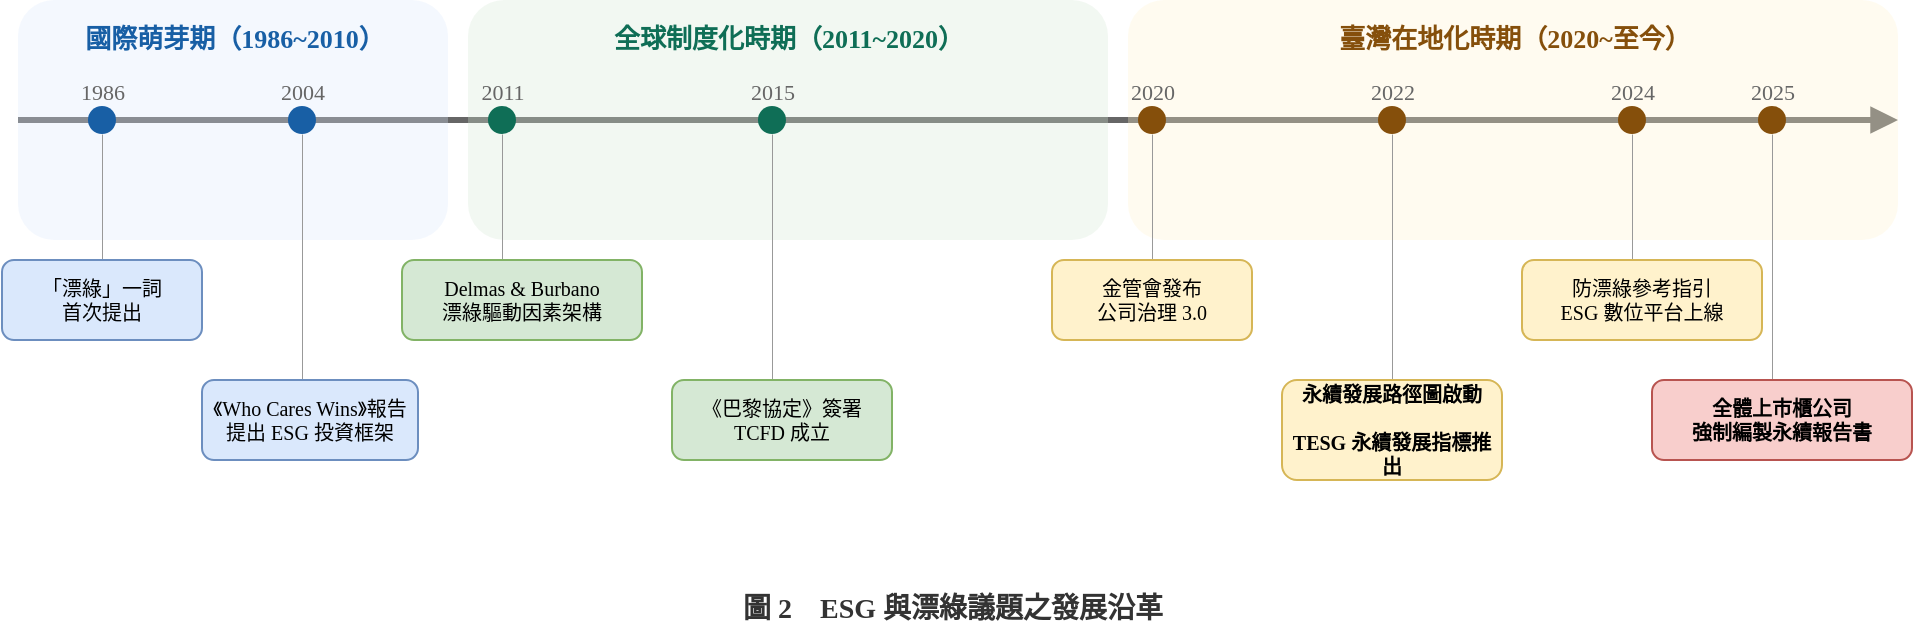
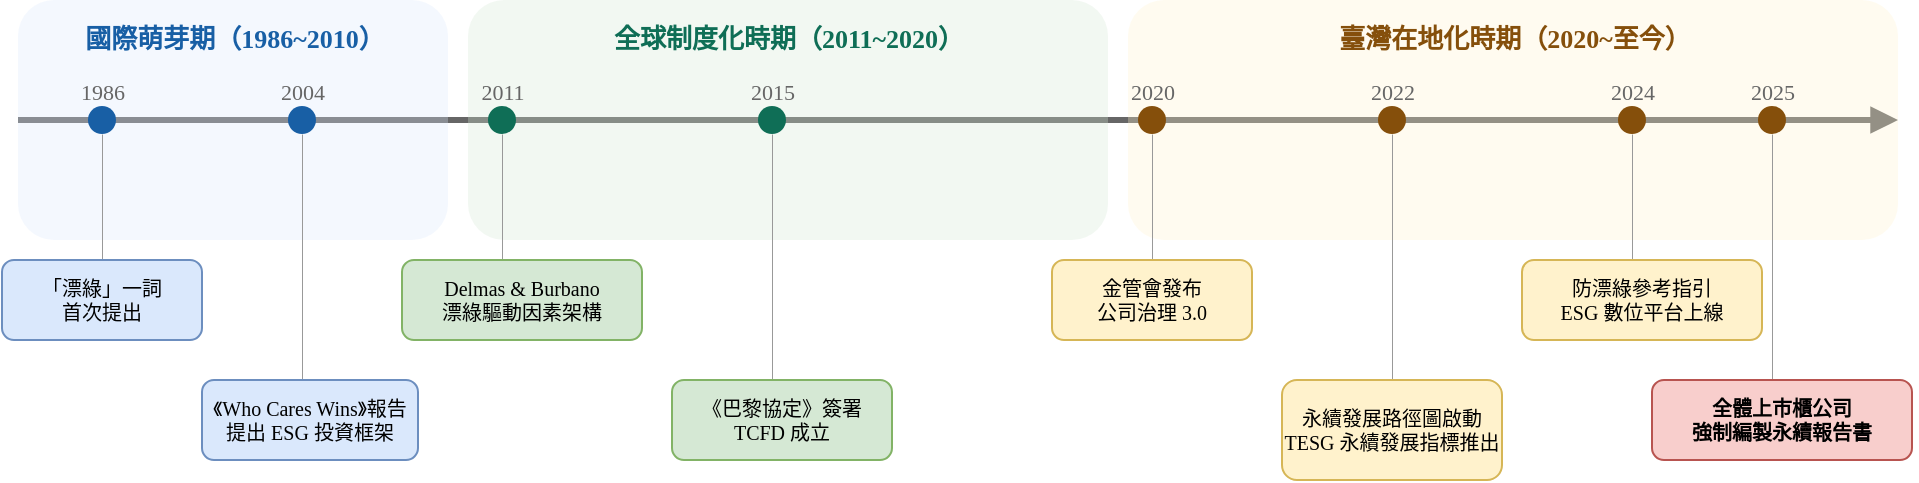
<mxfile host="app.diagrams.net">
  <diagram name="ESG與漂綠發展沿革時間軸" id="timeline">
    <mxGraphModel dx="1558" dy="642" grid="1" gridSize="10" guides="1" tooltips="1" connect="1" arrows="1" fold="1" page="1" pageScale="1" pageWidth="1169" pageHeight="827" math="0" shadow="0">
      <root>
        <mxCell id="0" />
        <mxCell id="1" parent="0" />
        <mxCell id="axis" edge="1" parent="1" style="endArrow=block;html=1;strokeColor=#666666;strokeWidth=3;endFill=1;" value="">
          <mxGeometry relative="1" as="geometry">
            <mxPoint x="60" y="120" as="sourcePoint" />
            <mxPoint x="1000" y="120" as="targetPoint" />
          </mxGeometry>
        </mxCell>
        <mxCell id="p1bg" parent="1" style="rounded=1;whiteSpace=wrap;html=1;fillColor=#dae8fc;strokeColor=none;opacity=30;" value="" vertex="1">
          <mxGeometry height="120" width="215" x="60" y="60" as="geometry" />
        </mxCell>
        <mxCell id="p1label" parent="1" style="text;html=1;fontSize=13;fontStyle=1;align=center;fontFamily=Microsoft JhengHei;fontColor=#185FA5;" value="國際萌芽期（1986~2010）" vertex="1">
          <mxGeometry height="25" width="200" x="68" y="65" as="geometry" />
        </mxCell>
        <mxCell id="p2bg" parent="1" style="rounded=1;whiteSpace=wrap;html=1;fillColor=#d5e8d4;strokeColor=none;opacity=30;" value="" vertex="1">
          <mxGeometry height="120" width="320" x="285" y="60" as="geometry" />
        </mxCell>
        <mxCell id="p2label" parent="1" style="text;html=1;fontSize=13;fontStyle=1;align=center;fontFamily=Microsoft JhengHei;fontColor=#0F6E56;" value="全球制度化時期（2011~2020）" vertex="1">
          <mxGeometry height="25" width="260" x="315" y="65" as="geometry" />
        </mxCell>
        <mxCell id="p3bg" parent="1" style="rounded=1;whiteSpace=wrap;html=1;fillColor=#fff2cc;strokeColor=none;opacity=30;" value="" vertex="1">
          <mxGeometry height="120" width="385" x="615" y="60" as="geometry" />
        </mxCell>
        <mxCell id="p3label" parent="1" style="text;html=1;fontSize=13;fontStyle=1;align=center;fontFamily=Microsoft JhengHei;fontColor=#854F0B;" value="臺灣在地化時期（2020~至今）" vertex="1">
          <mxGeometry height="25" width="260" x="678" y="65" as="geometry" />
        </mxCell>
        <mxCell id="y1986" parent="1" style="ellipse;whiteSpace=wrap;html=1;fillColor=#185FA5;strokeColor=none;" value="" vertex="1">
          <mxGeometry height="14" width="14" x="95" y="113" as="geometry" />
        </mxCell>
        <mxCell id="y1986t" parent="1" style="text;html=1;fontSize=11;align=center;fontFamily=Microsoft JhengHei;fontColor=#666666;" value="1986" vertex="1">
          <mxGeometry height="20" width="50" x="77" y="93" as="geometry" />
        </mxCell>
        <mxCell id="y2004" parent="1" style="ellipse;whiteSpace=wrap;html=1;fillColor=#185FA5;strokeColor=none;" value="" vertex="1">
          <mxGeometry height="14" width="14" x="195" y="113" as="geometry" />
        </mxCell>
        <mxCell id="y2004t" parent="1" style="text;html=1;fontSize=11;align=center;fontFamily=Microsoft JhengHei;fontColor=#666666;" value="2004" vertex="1">
          <mxGeometry height="20" width="50" x="177" y="93" as="geometry" />
        </mxCell>
        <mxCell id="y2011" parent="1" style="ellipse;whiteSpace=wrap;html=1;fillColor=#0F6E56;strokeColor=none;" value="" vertex="1">
          <mxGeometry height="14" width="14" x="295" y="113" as="geometry" />
        </mxCell>
        <mxCell id="y2011t" parent="1" style="text;html=1;fontSize=11;align=center;fontFamily=Microsoft JhengHei;fontColor=#666666;" value="2011" vertex="1">
          <mxGeometry height="20" width="50" x="277" y="93" as="geometry" />
        </mxCell>
        <mxCell id="y2015" parent="1" style="ellipse;whiteSpace=wrap;html=1;fillColor=#0F6E56;strokeColor=none;" value="" vertex="1">
          <mxGeometry height="14" width="14" x="430" y="113" as="geometry" />
        </mxCell>
        <mxCell id="y2015t" parent="1" style="text;html=1;fontSize=11;align=center;fontFamily=Microsoft JhengHei;fontColor=#666666;" value="2015" vertex="1">
          <mxGeometry height="20" width="50" x="412" y="93" as="geometry" />
        </mxCell>
        <mxCell id="y2020" parent="1" style="ellipse;whiteSpace=wrap;html=1;fillColor=#854F0B;strokeColor=none;" value="" vertex="1">
          <mxGeometry height="14" width="14" x="620" y="113" as="geometry" />
        </mxCell>
        <mxCell id="y2020t" parent="1" style="text;html=1;fontSize=11;align=center;fontFamily=Microsoft JhengHei;fontColor=#666666;" value="2020" vertex="1">
          <mxGeometry height="20" width="50" x="602" y="93" as="geometry" />
        </mxCell>
        <mxCell id="y2022" parent="1" style="ellipse;whiteSpace=wrap;html=1;fillColor=#854F0B;strokeColor=none;" value="" vertex="1">
          <mxGeometry height="14" width="14" x="740" y="113" as="geometry" />
        </mxCell>
        <mxCell id="y2022t" parent="1" style="text;html=1;fontSize=11;align=center;fontFamily=Microsoft JhengHei;fontColor=#666666;" value="2022" vertex="1">
          <mxGeometry height="20" width="50" x="722" y="93" as="geometry" />
        </mxCell>
        <mxCell id="y2024" parent="1" style="ellipse;whiteSpace=wrap;html=1;fillColor=#854F0B;strokeColor=none;" value="" vertex="1">
          <mxGeometry height="14" width="14" x="860" y="113" as="geometry" />
        </mxCell>
        <mxCell id="y2024t" parent="1" style="text;html=1;fontSize=11;align=center;fontFamily=Microsoft JhengHei;fontColor=#666666;" value="2024" vertex="1">
          <mxGeometry height="20" width="50" x="842" y="93" as="geometry" />
        </mxCell>
        <mxCell id="y2025" parent="1" style="ellipse;whiteSpace=wrap;html=1;fillColor=#854F0B;strokeColor=none;" value="" vertex="1">
          <mxGeometry height="14" width="14" x="930" y="113" as="geometry" />
        </mxCell>
        <mxCell id="y2025t" parent="1" style="text;html=1;fontSize=11;align=center;fontFamily=Microsoft JhengHei;fontColor=#666666;" value="2025" vertex="1">
          <mxGeometry height="20" width="50" x="912" y="93" as="geometry" />
        </mxCell>
        <mxCell id="e1" edge="1" parent="1" style="endArrow=none;html=1;strokeColor=#999999;strokeWidth=0.5;" value="">
          <mxGeometry relative="1" as="geometry">
            <mxPoint x="102" y="127" as="sourcePoint" />
            <mxPoint x="102" y="190" as="targetPoint" />
          </mxGeometry>
        </mxCell>
        <mxCell id="e1t" parent="1" style="rounded=1;whiteSpace=wrap;html=1;fillColor=#dae8fc;strokeColor=#6c8ebf;fontSize=10;fontFamily=Microsoft JhengHei;" value="「漂綠」一詞&lt;br&gt;首次提出" vertex="1">
          <mxGeometry height="40" width="100" x="52" y="190" as="geometry" />
        </mxCell>
        <mxCell id="e2" edge="1" parent="1" style="endArrow=none;html=1;strokeColor=#999999;strokeWidth=0.5;" value="">
          <mxGeometry relative="1" as="geometry">
            <mxPoint x="202" y="127" as="sourcePoint" />
            <mxPoint x="202" y="250" as="targetPoint" />
          </mxGeometry>
        </mxCell>
        <mxCell id="e2t" parent="1" style="rounded=1;whiteSpace=wrap;html=1;fillColor=#dae8fc;strokeColor=#6c8ebf;fontSize=10;fontFamily=Microsoft JhengHei;" value="《Who Cares Wins》報告提出 ESG 投資框架" vertex="1">
          <mxGeometry height="40" width="108" x="152" y="250" as="geometry" />
        </mxCell>
        <mxCell id="e3" edge="1" parent="1" style="endArrow=none;html=1;strokeColor=#999999;strokeWidth=0.5;" value="">
          <mxGeometry relative="1" as="geometry">
            <mxPoint x="302" y="127" as="sourcePoint" />
            <mxPoint x="302" y="190" as="targetPoint" />
          </mxGeometry>
        </mxCell>
        <mxCell id="e3t" parent="1" style="rounded=1;whiteSpace=wrap;html=1;fillColor=#d5e8d4;strokeColor=#82b366;fontSize=10;fontFamily=Microsoft JhengHei;" value="Delmas &amp; Burbano&lt;br&gt;漂綠驅動因素架構" vertex="1">
          <mxGeometry height="40" width="120" x="252" y="190" as="geometry" />
        </mxCell>
        <mxCell id="e4" edge="1" parent="1" style="endArrow=none;html=1;strokeColor=#999999;strokeWidth=0.5;" value="">
          <mxGeometry relative="1" as="geometry">
            <mxPoint x="437" y="127" as="sourcePoint" />
            <mxPoint x="437" y="250" as="targetPoint" />
          </mxGeometry>
        </mxCell>
        <mxCell id="e4t" parent="1" style="rounded=1;whiteSpace=wrap;html=1;fillColor=#d5e8d4;strokeColor=#82b366;fontSize=10;fontFamily=Microsoft JhengHei;" value="《巴黎協定》簽署&lt;br&gt;TCFD 成立" vertex="1">
          <mxGeometry height="40" width="110" x="387" y="250" as="geometry" />
        </mxCell>
        <mxCell id="e5" edge="1" parent="1" style="endArrow=none;html=1;strokeColor=#999999;strokeWidth=0.5;" value="">
          <mxGeometry relative="1" as="geometry">
            <mxPoint x="627" y="127" as="sourcePoint" />
            <mxPoint x="627" y="190" as="targetPoint" />
          </mxGeometry>
        </mxCell>
        <mxCell id="e5t" parent="1" style="rounded=1;whiteSpace=wrap;html=1;fillColor=#fff2cc;strokeColor=#d6b656;fontSize=10;fontFamily=Microsoft JhengHei;" value="金管會發布&lt;br&gt;公司治理 3.0" vertex="1">
          <mxGeometry height="40" width="100" x="577" y="190" as="geometry" />
        </mxCell>
        <mxCell id="e6" edge="1" parent="1" style="endArrow=none;html=1;strokeColor=#999999;strokeWidth=0.5;" value="">
          <mxGeometry relative="1" as="geometry">
            <mxPoint x="747" y="127" as="sourcePoint" />
            <mxPoint x="747" y="250" as="targetPoint" />
          </mxGeometry>
        </mxCell>
-         <mxCell id="e6t" parent="1" style="rounded=1;whiteSpace=wrap;html=1;fillColor=#fff2cc;strokeColor=#d6b656;fontSize=10;fontFamily=Microsoft JhengHei;" value="&lt;strong data-start=&quot;447&quot; data-end=&quot;460&quot;&gt;永續發展路徑圖啟動&lt;/strong&gt;&lt;br data-start=&quot;460&quot; data-end=&quot;463&quot;&gt;&lt;br/&gt;&lt;strong data-start=&quot;465&quot; data-end=&quot;482&quot;&gt;TESG 永續發展指標推出&lt;/strong&gt;" vertex="1">
+         <mxCell id="e6t" parent="1" style="rounded=1;whiteSpace=wrap;html=1;fillColor=#fff2cc;strokeColor=#d6b656;fontSize=10;fontFamily=Microsoft JhengHei;" value="永續發展路徑圖啟動&lt;br&gt;TESG 永續發展指標推出" vertex="1">
          <mxGeometry height="50" width="110" x="692" y="250" as="geometry" />
        </mxCell>
        <mxCell id="e7" edge="1" parent="1" style="endArrow=none;html=1;strokeColor=#999999;strokeWidth=0.5;" value="">
          <mxGeometry relative="1" as="geometry">
            <mxPoint x="867" y="127" as="sourcePoint" />
            <mxPoint x="867" y="190" as="targetPoint" />
          </mxGeometry>
        </mxCell>
        <mxCell id="e7t" parent="1" style="rounded=1;whiteSpace=wrap;html=1;fillColor=#fff2cc;strokeColor=#d6b656;fontSize=10;fontFamily=Microsoft JhengHei;" value="防漂綠參考指引&lt;br&gt;ESG 數位平台上線" vertex="1">
          <mxGeometry height="40" width="120" x="812" y="190" as="geometry" />
        </mxCell>
        <mxCell id="e8" edge="1" parent="1" style="endArrow=none;html=1;strokeColor=#999999;strokeWidth=0.5;" value="">
          <mxGeometry relative="1" as="geometry">
            <mxPoint x="937" y="127" as="sourcePoint" />
            <mxPoint x="937" y="250" as="targetPoint" />
          </mxGeometry>
        </mxCell>
        <mxCell id="e8t" parent="1" style="rounded=1;whiteSpace=wrap;html=1;fillColor=#f8cecc;strokeColor=#b85450;fontSize=10;fontStyle=1;fontFamily=Microsoft JhengHei;" value="全體上市櫃公司&lt;br&gt;強制編製永續報告書" vertex="1">
          <mxGeometry height="40" width="130" x="877" y="250" as="geometry" />
        </mxCell>
-         <mxCell id="M2EHAI_XF1UNjrIEh_Vn-1" parent="1" style="text;html=1;fontSize=14;fontStyle=1;align=center;fontFamily=Microsoft JhengHei;fontColor=#333333;" value="圖 2　ESG 與漂綠議題之發展沿革" vertex="1">
-           <mxGeometry height="30" width="300" x="377" y="350" as="geometry" />
-         </mxCell>
      </root>
    </mxGraphModel>
  </diagram>
</mxfile>
